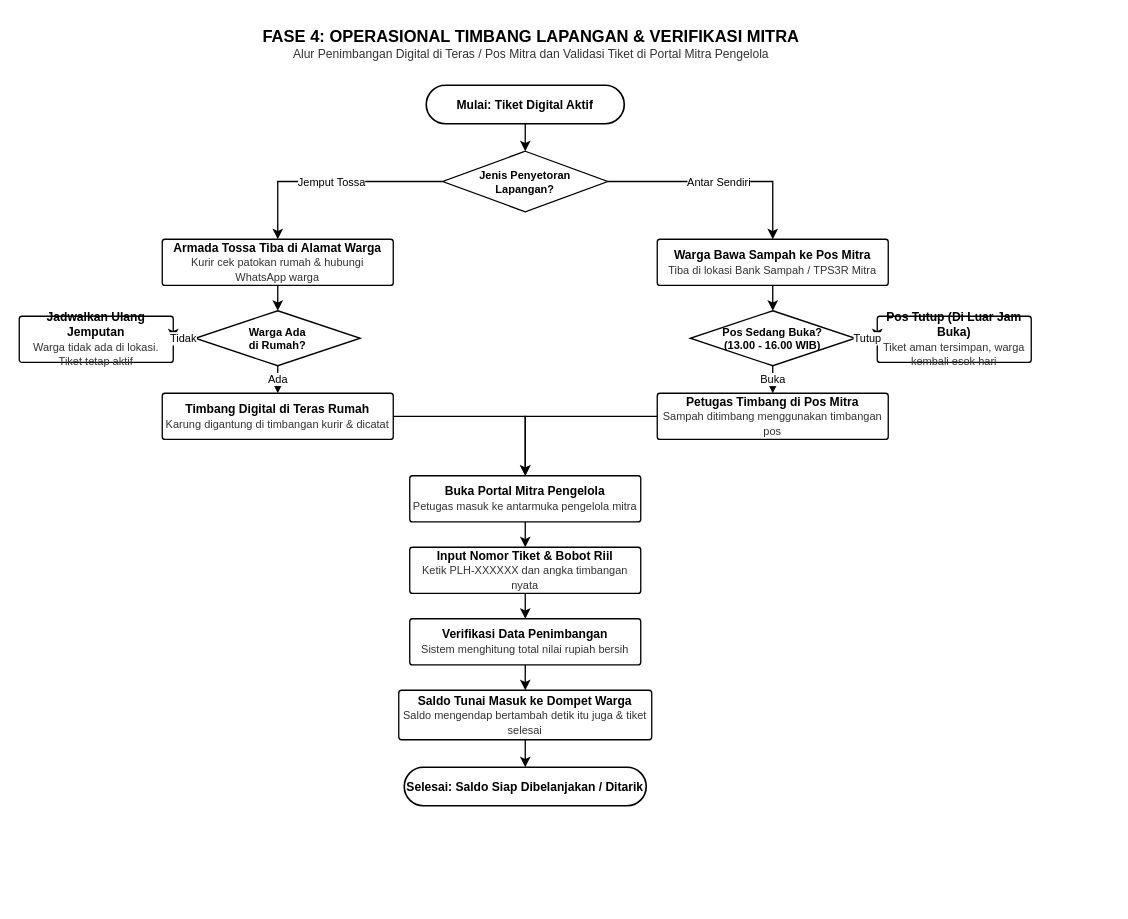
This is page "Fase 4: Operasional Timbang Lapangan" (4 of 5) of userflow_pilahin.drawio from Jansky0/pilahin-app, a draw.io file, before an edit. Source tidied: cells renumbered, new cells numbered last; positions are measured from the earlier drawing's top-left corner, leaving out a move shared by most shapes. Both pictures are drawn from the tidied source at 110%, with x=0, y=0 at pixel (19, 19).
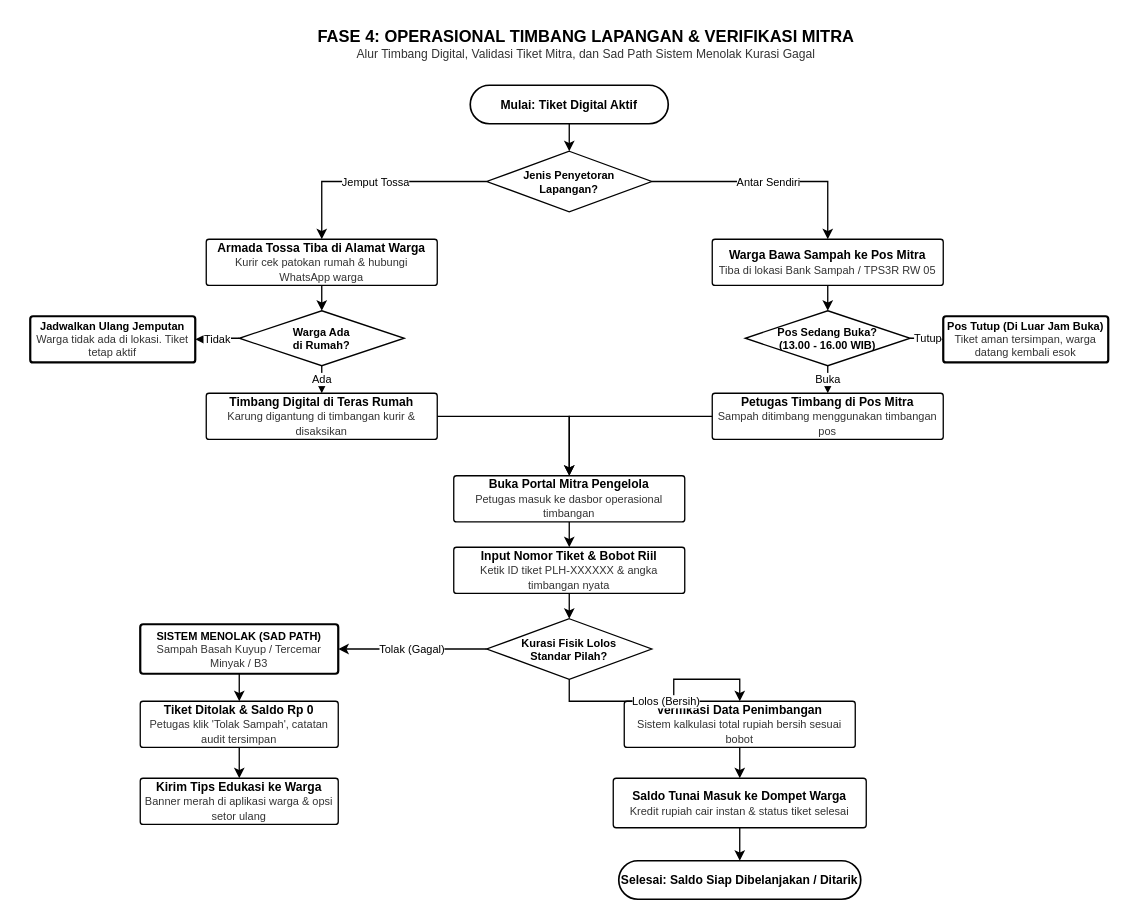
Above is the later version.

What changed in the source:
```diff
@@
-    <mxCell id="2" value="&lt;b style='font-size:15px;'&gt;FASE 4: OPERASIONAL TIMBANG LAPANGAN &amp; VERIFIKASI MITRA&lt;/b&gt;&lt;br&gt;&lt;span style='font-size:11px;color:#333333;'&gt;Alur Penimbangan Digital di Teras / Pos Mitra dan Validasi Tiket di Portal Mitra Pengelola&lt;/span&gt;" style="text;html=1;align=center;verticalAlign=middle;strokeColor=none;fillColor=none;fontColor=#000000;" parent="1" vertex="1">
-      <mxGeometry x="90" width="750" height="45" as="geometry" />
+    <mxCell id="2" value="&lt;b style='font-size:15px;'&gt;FASE 4: OPERASIONAL TIMBANG LAPANGAN &amp; VERIFIKASI MITRA&lt;/b&gt;&lt;br&gt;&lt;span style='font-size:11px;color:#333333;'&gt;Alur Timbang Digital, Validasi Tiket Mitra, dan Sad Path Sistem Menolak Kurasi Gagal&lt;/span&gt;" style="text;html=1;align=center;verticalAlign=middle;strokeColor=none;fillColor=none;fontColor=#000000;" parent="1" vertex="1">
+      <mxGeometry x="90" width="850" height="45" as="geometry" />
     </mxCell>
     <mxCell id="3" value="Mulai: Tiket Digital Aktif" style="rounded=1;arcSize=50;whiteSpace=wrap;html=1;fillColor=#ffffff;strokeColor=#000000;strokeWidth=1.5;fontColor=#000000;fontSize=11;fontStyle=1;align=center;" parent="1" vertex="1">
-      <mxGeometry x="370" y="60" width="180" height="35" as="geometry" />
+      <mxGeometry x="410" y="60" width="180" height="35" as="geometry" />
     </mxCell>
     <mxCell id="4" value="Jenis Penyetoran&lt;br&gt;Lapangan?" style="rhombus;whiteSpace=wrap;html=1;fillColor=#ffffff;strokeColor=#000000;strokeWidth=1.2;fontColor=#000000;fontSize=10;fontStyle=1;align=center;" parent="1" vertex="1">
-      <mxGeometry x="385" y="120" width="150" height="55" as="geometry" />
+      <mxGeometry x="425" y="120" width="150" height="55" as="geometry" />
     </mxCell>
@@
     <mxCell id="6" value="&lt;b&gt;Armada Tossa Tiba di Alamat Warga&lt;/b&gt;&lt;br&gt;&lt;span style='font-size:10px;color:#333333;'&gt;Kurir cek patokan rumah &amp; hubungi WhatsApp warga&lt;/span&gt;" style="rounded=1;arcSize=6;whiteSpace=wrap;html=1;fillColor=#ffffff;strokeColor=#000000;strokeWidth=1.2;fontColor=#000000;fontSize=11;align=center;spacing=4;" parent="1" vertex="1">
-      <mxGeometry x="130" y="200" width="210" height="42" as="geometry" />
+      <mxGeometry x="170" y="200" width="210" height="42" as="geometry" />
     </mxCell>
@@
     <mxCell id="8" value="Warga Ada&lt;br&gt;di Rumah?" style="rhombus;whiteSpace=wrap;html=1;fillColor=#ffffff;strokeColor=#000000;strokeWidth=1.2;fontColor=#000000;fontSize=10;fontStyle=1;align=center;" parent="1" vertex="1">
-      <mxGeometry x="160" y="265" width="150" height="50" as="geometry" />
+      <mxGeometry x="200" y="265" width="150" height="50" as="geometry" />
     </mxCell>
@@
-    <mxCell id="10" value="&lt;b&gt;Jadwalkan Ulang Jemputan&lt;/b&gt;&lt;br&gt;&lt;span style='font-size:10px;color:#333333;'&gt;Warga tidak ada di lokasi. Tiket tetap aktif&lt;/span&gt;" style="rounded=1;arcSize=6;whiteSpace=wrap;html=1;fillColor=#ffffff;strokeColor=#000000;strokeWidth=1.2;fontColor=#000000;fontSize=11;align=center;spacing=4;" parent="1" vertex="1">
-      <mxGeometry y="270" width="140" height="42" as="geometry" />
+    <mxCell id="10" value="&lt;b&gt;Jadwalkan Ulang Jemputan&lt;/b&gt;&lt;br&gt;&lt;span style='font-size:10px;color:#333333;'&gt;Warga tidak ada di lokasi. Tiket tetap aktif&lt;/span&gt;" style="rounded=1;arcSize=6;whiteSpace=wrap;html=1;fillColor=#ffffff;strokeColor=#000000;strokeWidth=2;fontColor=#000000;fontSize=10;align=center;spacing=3;strokePattern=dashed;" parent="1" vertex="1">
+      <mxGeometry x="10" y="270" width="150" height="42" as="geometry" />
     </mxCell>
@@
-    <mxCell id="12" value="&lt;b&gt;Timbang Digital di Teras Rumah&lt;/b&gt;&lt;br&gt;&lt;span style='font-size:10px;color:#333333;'&gt;Karung digantung di timbangan kurir &amp; dicatat&lt;/span&gt;" style="rounded=1;arcSize=6;whiteSpace=wrap;html=1;fillColor=#ffffff;strokeColor=#000000;strokeWidth=1.2;fontColor=#000000;fontSize=11;align=center;spacing=4;" parent="1" vertex="1">
-      <mxGeometry x="130" y="340" width="210" height="42" as="geometry" />
+    <mxCell id="12" value="&lt;b&gt;Timbang Digital di Teras Rumah&lt;/b&gt;&lt;br&gt;&lt;span style='font-size:10px;color:#333333;'&gt;Karung digantung di timbangan kurir &amp; disaksikan&lt;/span&gt;" style="rounded=1;arcSize=6;whiteSpace=wrap;html=1;fillColor=#ffffff;strokeColor=#000000;strokeWidth=1.2;fontColor=#000000;fontSize=11;align=center;spacing=4;" parent="1" vertex="1">
+      <mxGeometry x="170" y="340" width="210" height="42" as="geometry" />
     </mxCell>
@@
-    <mxCell id="14" value="&lt;b&gt;Warga Bawa Sampah ke Pos Mitra&lt;/b&gt;&lt;br&gt;&lt;span style='font-size:10px;color:#333333;'&gt;Tiba di lokasi Bank Sampah / TPS3R Mitra&lt;/span&gt;" style="rounded=1;arcSize=6;whiteSpace=wrap;html=1;fillColor=#ffffff;strokeColor=#000000;strokeWidth=1.2;fontColor=#000000;fontSize=11;align=center;spacing=4;" parent="1" vertex="1">
-      <mxGeometry x="580" y="200" width="210" height="42" as="geometry" />
+    <mxCell id="14" value="&lt;b&gt;Warga Bawa Sampah ke Pos Mitra&lt;/b&gt;&lt;br&gt;&lt;span style='font-size:10px;color:#333333;'&gt;Tiba di lokasi Bank Sampah / TPS3R RW 05&lt;/span&gt;" style="rounded=1;arcSize=6;whiteSpace=wrap;html=1;fillColor=#ffffff;strokeColor=#000000;strokeWidth=1.2;fontColor=#000000;fontSize=11;align=center;spacing=4;" parent="1" vertex="1">
+      <mxGeometry x="630" y="200" width="210" height="42" as="geometry" />
     </mxCell>
@@
     <mxCell id="16" value="Pos Sedang Buka?&lt;br&gt;(13.00 - 16.00 WIB)" style="rhombus;whiteSpace=wrap;html=1;fillColor=#ffffff;strokeColor=#000000;strokeWidth=1.2;fontColor=#000000;fontSize=10;fontStyle=1;align=center;" parent="1" vertex="1">
-      <mxGeometry x="610" y="265" width="150" height="50" as="geometry" />
+      <mxGeometry x="660" y="265" width="150" height="50" as="geometry" />
     </mxCell>
@@
-    <mxCell id="18" value="&lt;b&gt;Pos Tutup (Di Luar Jam Buka)&lt;/b&gt;&lt;br&gt;&lt;span style='font-size:10px;color:#333333;'&gt;Tiket aman tersimpan, warga kembali esok hari&lt;/span&gt;" style="rounded=1;arcSize=6;whiteSpace=wrap;html=1;fillColor=#ffffff;strokeColor=#000000;strokeWidth=1.2;fontColor=#000000;fontSize=11;align=center;spacing=4;" parent="1" vertex="1">
-      <mxGeometry x="780" y="270" width="140" height="42" as="geometry" />
+    <mxCell id="18" value="&lt;b&gt;Pos Tutup (Di Luar Jam Buka)&lt;/b&gt;&lt;br&gt;&lt;span style='font-size:10px;color:#333333;'&gt;Tiket aman tersimpan, warga datang kembali esok&lt;/span&gt;" style="rounded=1;arcSize=6;whiteSpace=wrap;html=1;fillColor=#ffffff;strokeColor=#000000;strokeWidth=2;fontColor=#000000;fontSize=10;align=center;spacing=3;strokePattern=dashed;" parent="1" vertex="1">
+      <mxGeometry x="840" y="270" width="150" height="42" as="geometry" />
     </mxCell>
@@
     <mxCell id="20" value="&lt;b&gt;Petugas Timbang di Pos Mitra&lt;/b&gt;&lt;br&gt;&lt;span style='font-size:10px;color:#333333;'&gt;Sampah ditimbang menggunakan timbangan pos&lt;/span&gt;" style="rounded=1;arcSize=6;whiteSpace=wrap;html=1;fillColor=#ffffff;strokeColor=#000000;strokeWidth=1.2;fontColor=#000000;fontSize=11;align=center;spacing=4;" parent="1" vertex="1">
-      <mxGeometry x="580" y="340" width="210" height="42" as="geometry" />
+      <mxGeometry x="630" y="340" width="210" height="42" as="geometry" />
     </mxCell>
@@
-    <mxCell id="22" value="&lt;b&gt;Buka Portal Mitra Pengelola&lt;/b&gt;&lt;br&gt;&lt;span style='font-size:10px;color:#333333;'&gt;Petugas masuk ke antarmuka pengelola mitra&lt;/span&gt;" style="rounded=1;arcSize=6;whiteSpace=wrap;html=1;fillColor=#ffffff;strokeColor=#000000;strokeWidth=1.2;fontColor=#000000;fontSize=11;align=center;spacing=4;" parent="1" vertex="1">
-      <mxGeometry x="355" y="415" width="210" height="42" as="geometry" />
+    <mxCell id="22" value="&lt;b&gt;Buka Portal Mitra Pengelola&lt;/b&gt;&lt;br&gt;&lt;span style='font-size:10px;color:#333333;'&gt;Petugas masuk ke dasbor operasional timbangan&lt;/span&gt;" style="rounded=1;arcSize=6;whiteSpace=wrap;html=1;fillColor=#ffffff;strokeColor=#000000;strokeWidth=1.2;fontColor=#000000;fontSize=11;align=center;spacing=4;" parent="1" vertex="1">
+      <mxGeometry x="395" y="415" width="210" height="42" as="geometry" />
     </mxCell>
@@
-    <mxCell id="25" value="&lt;b&gt;Input Nomor Tiket &amp; Bobot Riil&lt;/b&gt;&lt;br&gt;&lt;span style='font-size:10px;color:#333333;'&gt;Ketik PLH-XXXXXX dan angka timbangan nyata&lt;/span&gt;" style="rounded=1;arcSize=6;whiteSpace=wrap;html=1;fillColor=#ffffff;strokeColor=#000000;strokeWidth=1.2;fontColor=#000000;fontSize=11;align=center;spacing=4;" parent="1" vertex="1">
-      <mxGeometry x="355" y="480" width="210" height="42" as="geometry" />
+    <mxCell id="25" value="&lt;b&gt;Input Nomor Tiket &amp; Bobot Riil&lt;/b&gt;&lt;br&gt;&lt;span style='font-size:10px;color:#333333;'&gt;Ketik ID tiket PLH-XXXXXX &amp; angka timbangan nyata&lt;/span&gt;" style="rounded=1;arcSize=6;whiteSpace=wrap;html=1;fillColor=#ffffff;strokeColor=#000000;strokeWidth=1.2;fontColor=#000000;fontSize=11;align=center;spacing=4;" parent="1" vertex="1">
+      <mxGeometry x="395" y="480" width="210" height="42" as="geometry" />
     </mxCell>
@@
+    <mxCell id="33" value="Kurasi Fisik Lolos&lt;br&gt;Standar Pilah?" style="rhombus;whiteSpace=wrap;html=1;fillColor=#ffffff;strokeColor=#000000;strokeWidth=1.2;fontColor=#000000;fontSize=10;fontStyle=1;align=center;" parent="1" vertex="1">
+      <mxGeometry x="425" y="545" width="150" height="55" as="geometry" />
+    </mxCell>
+    <mxCell id="34" style="edgeStyle=orthogonalEdgeStyle;rounded=0;jettySize=auto;html=1;strokeColor=#000000;strokeWidth=1.2;fontSize=10;fontColor=#000000;endArrow=classic;endFill=1;" parent="1" edge="1" source="25" target="33">
+      <mxGeometry relative="1" as="geometry" />
+    </mxCell>
+    <mxCell id="35" value="&lt;b&gt;SISTEM MENOLAK (SAD PATH)&lt;/b&gt;&lt;br&gt;&lt;span style='font-size:10px;color:#333333;'&gt;Sampah Basah Kuyup / Tercemar Minyak / B3&lt;/span&gt;" style="rounded=1;arcSize=6;whiteSpace=wrap;html=1;fillColor=#ffffff;strokeColor=#000000;strokeWidth=2;fontColor=#000000;fontSize=10;align=center;spacing=3;strokePattern=dashed;" parent="1" vertex="1">
+      <mxGeometry x="110" y="550" width="180" height="45" as="geometry" />
+    </mxCell>
+    <mxCell id="36" value="Tolak (Gagal)" style="edgeStyle=orthogonalEdgeStyle;rounded=0;jettySize=auto;html=1;strokeColor=#000000;strokeWidth=1.2;fontSize=10;fontColor=#000000;endArrow=classic;endFill=1;" parent="1" edge="1" source="33" target="35">
+      <mxGeometry relative="1" as="geometry" />
+    </mxCell>
+    <mxCell id="37" value="&lt;b&gt;Tiket Ditolak &amp; Saldo Rp 0&lt;/b&gt;&lt;br&gt;&lt;span style='font-size:10px;color:#333333;'&gt;Petugas klik 'Tolak Sampah', catatan audit tersimpan&lt;/span&gt;" style="rounded=1;arcSize=6;whiteSpace=wrap;html=1;fillColor=#ffffff;strokeColor=#000000;strokeWidth=1.2;fontColor=#000000;fontSize=11;align=center;spacing=4;" parent="1" vertex="1">
+      <mxGeometry x="110" y="620" width="180" height="42" as="geometry" />
+    </mxCell>
+    <mxCell id="38" style="edgeStyle=orthogonalEdgeStyle;rounded=0;jettySize=auto;html=1;strokeColor=#000000;strokeWidth=1.2;fontSize=10;fontColor=#000000;endArrow=classic;endFill=1;" parent="1" edge="1" source="35" target="37">
+      <mxGeometry relative="1" as="geometry" />
+    </mxCell>
+    <mxCell id="39" value="&lt;b&gt;Kirim Tips Edukasi ke Warga&lt;/b&gt;&lt;br&gt;&lt;span style='font-size:10px;color:#333333;'&gt;Banner merah di aplikasi warga &amp; opsi setor ulang&lt;/span&gt;" style="rounded=1;arcSize=6;whiteSpace=wrap;html=1;fillColor=#ffffff;strokeColor=#000000;strokeWidth=1.2;fontColor=#000000;fontSize=11;align=center;spacing=4;" parent="1" vertex="1">
+      <mxGeometry x="110" y="690" width="180" height="42" as="geometry" />
+    </mxCell>
+    <mxCell id="40" style="edgeStyle=orthogonalEdgeStyle;rounded=0;jettySize=auto;html=1;strokeColor=#000000;strokeWidth=1.2;fontSize=10;fontColor=#000000;endArrow=classic;endFill=1;" parent="1" edge="1" source="37" target="39">
+      <mxGeometry relative="1" as="geometry" />
+    </mxCell>
-    <mxCell id="27" value="&lt;b&gt;Verifikasi Data Penimbangan&lt;/b&gt;&lt;br&gt;&lt;span style='font-size:10px;color:#333333;'&gt;Sistem menghitung total nilai rupiah bersih&lt;/span&gt;" style="rounded=1;arcSize=6;whiteSpace=wrap;html=1;fillColor=#ffffff;strokeColor=#000000;strokeWidth=1.2;fontColor=#000000;fontSize=11;align=center;spacing=4;" parent="1" vertex="1">
-      <mxGeometry x="355" y="545" width="210" height="42" as="geometry" />
+    <mxCell id="27" value="&lt;b&gt;Verifikasi Data Penimbangan&lt;/b&gt;&lt;br&gt;&lt;span style='font-size:10px;color:#333333;'&gt;Sistem kalkulasi total rupiah bersih sesuai bobot&lt;/span&gt;" style="rounded=1;arcSize=6;whiteSpace=wrap;html=1;fillColor=#ffffff;strokeColor=#000000;strokeWidth=1.2;fontColor=#000000;fontSize=11;align=center;spacing=4;" parent="1" vertex="1">
+      <mxGeometry x="550" y="620" width="210" height="42" as="geometry" />
     </mxCell>
-    <mxCell id="28" style="edgeStyle=orthogonalEdgeStyle;rounded=0;jettySize=auto;html=1;strokeColor=#000000;strokeWidth=1.2;fontSize=10;fontColor=#000000;endArrow=classic;endFill=1;" parent="1" edge="1" source="25" target="27">
+    <mxCell id="28" value="Lolos (Bersih)" style="edgeStyle=orthogonalEdgeStyle;rounded=0;jettySize=auto;html=1;strokeColor=#000000;strokeWidth=1.2;fontSize=10;fontColor=#000000;endArrow=classic;endFill=1;" parent="1" edge="1" source="33" target="27">
       <mxGeometry relative="1" as="geometry" />
     </mxCell>
-    <mxCell id="29" value="&lt;b&gt;Saldo Tunai Masuk ke Dompet Warga&lt;/b&gt;&lt;br&gt;&lt;span style='font-size:10px;color:#333333;'&gt;Saldo mengendap bertambah detik itu juga &amp; tiket selesai&lt;/span&gt;" style="rounded=1;arcSize=6;whiteSpace=wrap;html=1;fillColor=#ffffff;strokeColor=#000000;strokeWidth=1.2;fontColor=#000000;fontSize=11;align=center;spacing=4;" parent="1" vertex="1">
-      <mxGeometry x="345" y="610" width="230" height="45" as="geometry" />
+    <mxCell id="29" value="&lt;b&gt;Saldo Tunai Masuk ke Dompet Warga&lt;/b&gt;&lt;br&gt;&lt;span style='font-size:10px;color:#333333;'&gt;Kredit rupiah cair instan &amp; status tiket selesai&lt;/span&gt;" style="rounded=1;arcSize=6;whiteSpace=wrap;html=1;fillColor=#ffffff;strokeColor=#000000;strokeWidth=1.2;fontColor=#000000;fontSize=11;align=center;spacing=4;" parent="1" vertex="1">
+      <mxGeometry x="540" y="690" width="230" height="45" as="geometry" />
     </mxCell>
@@
     <mxCell id="31" value="Selesai: Saldo Siap Dibelanjakan / Ditarik" style="rounded=1;arcSize=50;whiteSpace=wrap;html=1;fillColor=#ffffff;strokeColor=#000000;strokeWidth=1.5;fontColor=#000000;fontSize=11;fontStyle=1;align=center;" parent="1" vertex="1">
-      <mxGeometry x="350" y="680" width="220" height="35" as="geometry" />
+      <mxGeometry x="545" y="765" width="220" height="35" as="geometry" />
     </mxCell>
```
